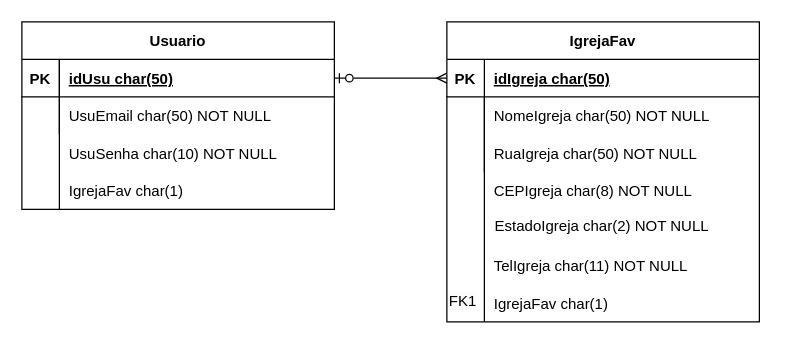
Earlier version of the draw.io diagram Diagramas e Descrições/Diagrama sem nome.drawio (GustavoPisanello/SpreadBible). Source tidied: cells renumbered, new cells numbered last; positions are measured from the earlier drawing's top-left corner, leaving out a move shared by most shapes. Both pictures are drawn from the tidied source at 125%, with x=0, y=0 at pixel (21, 21).
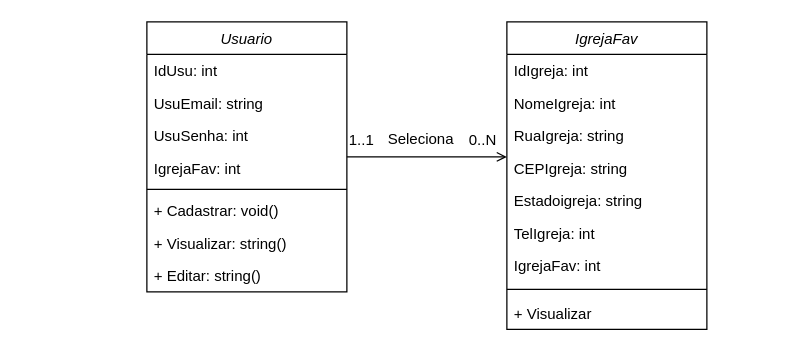
The same page after the edit.

What changed in the source:
```diff
@@
-    <mxCell id="0" />
-    <mxCell id="1" parent="0" />
-    <mxCell id="2" style="edgeStyle=entityRelationEdgeStyle;endArrow=ERmany;startArrow=ERzeroToOne;endFill=0;startFill=0;entryX=0;entryY=0.5;entryDx=0;entryDy=0;" parent="1" edge="1" source="14" target="4">
-      <mxGeometry relative="1" as="geometry" />
-    </mxCell>
+    <mxCell id="32" />
+    <mxCell id="33" parent="32" />
+    <mxCell id="13" value="Usuario" style="swimlane;fontStyle=2;align=center;verticalAlign=top;horizontal=1;startSize=26;rounded=0;shadow=0;strokeWidth=1;" parent="33" vertex="1">
+      <mxGeometry x="100" width="160" height="216" as="geometry" />
+    </mxCell>
+    <mxCell id="34" value="IdUsu: int" style="text;align=left;verticalAlign=top;spacingLeft=4;spacingRight=4;overflow=hidden;" parent="13" vertex="1">
+      <mxGeometry y="26" width="160" height="26" as="geometry" />
+    </mxCell>
+    <mxCell id="35" value="UsuEmail: string" style="text;align=left;verticalAlign=top;spacingLeft=4;spacingRight=4;overflow=hidden;rounded=0;shadow=0;html=0;" parent="13" vertex="1">
+      <mxGeometry y="52" width="160" height="26" as="geometry" />
+    </mxCell>
+    <mxCell id="36" value="UsuSenha: int" style="text;align=left;verticalAlign=top;spacingLeft=4;spacingRight=4;overflow=hidden;rounded=0;shadow=0;html=0;" parent="13" vertex="1">
+      <mxGeometry y="78" width="160" height="26" as="geometry" />
+    </mxCell>
+    <mxCell id="37" value="IgrejaFav: int" style="text;align=left;verticalAlign=top;spacingLeft=4;spacingRight=4;overflow=hidden;rounded=0;shadow=0;html=0;" parent="13" vertex="1">
+      <mxGeometry y="104" width="160" height="26" as="geometry" />
+    </mxCell>
+    <mxCell id="38" style="line;html=1;strokeWidth=1;align=left;verticalAlign=middle;spacingTop=-1;spacingLeft=3;spacingRight=3;labelPosition=right;" parent="13" vertex="1">
+      <mxGeometry y="130" width="160" height="8" as="geometry" />
+    </mxCell>
+    <mxCell id="39" value="+ Cadastrar: void()" style="text;align=left;verticalAlign=top;spacingLeft=4;spacingRight=4;overflow=hidden;" parent="13" vertex="1">
+      <mxGeometry y="138" width="160" height="26" as="geometry" />
+    </mxCell>
+    <mxCell id="40" value="+ Visualizar: string()" style="text;align=left;verticalAlign=top;spacingLeft=4;spacingRight=4;overflow=hidden;" parent="13" vertex="1">
+      <mxGeometry y="164" width="160" height="26" as="geometry" />
+    </mxCell>
+    <mxCell id="41" value="+ Editar: string()" style="text;align=left;verticalAlign=top;spacingLeft=4;spacingRight=4;overflow=hidden;" parent="13" vertex="1">
+      <mxGeometry y="190" width="160" height="26" as="geometry" />
+    </mxCell>
-    <mxCell id="3" value="IgrejaFav" style="shape=table;startSize=30;childLayout=tableLayout;rowLines=0;fontStyle=1;align=center;" parent="1" vertex="1">
-      <mxGeometry x="340" width="250" height="240" as="geometry" />
+    <mxCell id="3" value="IgrejaFav" style="swimlane;fontStyle=2;align=center;verticalAlign=top;horizontal=1;startSize=26;rounded=0;shadow=0;strokeWidth=1;" parent="33" vertex="1">
+      <mxGeometry x="388" width="160" height="246" as="geometry" />
     </mxCell>
-    <mxCell id="4" style="shape=partialRectangle;fillColor=none;points=[[0,0.5],[1,0.5]];portConstraint=eastwest;top=0;left=0;right=0;bottom=1;" parent="3" vertex="1">
-      <mxGeometry y="30" width="250" height="30" as="geometry" />
-    </mxCell>
-    <mxCell id="5" value="PK" style="shape=partialRectangle;overflow=hidden;fillColor=none;top=0;left=0;bottom=0;right=0;fontStyle=1;" parent="4" vertex="1">
-      <mxGeometry width="30" height="30" as="geometry" />
-    </mxCell>
-    <mxCell id="6" value="idIgreja char(50)" style="shape=partialRectangle;overflow=hidden;fillColor=none;top=0;left=0;bottom=0;right=0;align=left;spacingLeft=6;fontStyle=5;" parent="4" vertex="1">
-      <mxGeometry x="30" width="220" height="30" as="geometry" />
-    </mxCell>
-    <mxCell id="7" style="shape=partialRectangle;fillColor=none;top=0;left=0;right=0;bottom=0;" parent="3" vertex="1">
-      <mxGeometry y="60" width="250" height="30" as="geometry" />
-    </mxCell>
-    <mxCell id="8" style="shape=partialRectangle;overflow=hidden;fillColor=none;top=0;left=0;bottom=0;right=0;" parent="7" vertex="1">
-      <mxGeometry width="30" height="30" as="geometry" />
-    </mxCell>
-    <mxCell id="9" value="NomeIgreja char(50) NOT NULL" style="shape=partialRectangle;overflow=hidden;fillColor=none;top=0;left=0;bottom=0;right=0;align=left;spacingLeft=6;" parent="7" vertex="1">
-      <mxGeometry x="30" width="220" height="30" as="geometry" />
-    </mxCell>
-    <mxCell id="10" style="shape=partialRectangle;fillColor=none;top=0;left=0;right=0;bottom=0;" parent="3" vertex="1">
-      <mxGeometry y="90" width="250" height="30" as="geometry" />
-    </mxCell>
-    <mxCell id="11" style="shape=partialRectangle;overflow=hidden;fillColor=none;top=0;left=0;bottom=0;right=0;" parent="10" vertex="1">
-      <mxGeometry width="30" height="30" as="geometry" />
-    </mxCell>
-    <mxCell id="12" value="RuaIgreja char(50) NOT NULL" style="shape=partialRectangle;overflow=hidden;fillColor=none;top=0;left=0;bottom=0;right=0;align=left;spacingLeft=6;" parent="10" vertex="1">
-      <mxGeometry x="30" width="220" height="30" as="geometry" />
-    </mxCell>
-    <mxCell id="13" value="Usuario" style="shape=table;startSize=30;childLayout=tableLayout;rowLines=0;fontStyle=1;align=center;" parent="1" vertex="1">
-      <mxGeometry width="250" height="150" as="geometry" />
-    </mxCell>
-    <mxCell id="14" style="shape=partialRectangle;fillColor=none;points=[[0,0.5],[1,0.5]];portConstraint=eastwest;top=0;left=0;right=0;bottom=1;" parent="13" vertex="1">
-      <mxGeometry y="30" width="250" height="30" as="geometry" />
-    </mxCell>
-    <mxCell id="15" value="PK" style="shape=partialRectangle;overflow=hidden;fillColor=none;top=0;left=0;bottom=0;right=0;fontStyle=1;" parent="14" vertex="1">
-      <mxGeometry width="30" height="30" as="geometry" />
-    </mxCell>
-    <mxCell id="16" value="idUsu char(50)" style="shape=partialRectangle;overflow=hidden;fillColor=none;top=0;left=0;bottom=0;right=0;align=left;spacingLeft=6;fontStyle=5;" parent="14" vertex="1">
-      <mxGeometry x="30" width="220" height="30" as="geometry" />
-    </mxCell>
-    <mxCell id="17" style="shape=partialRectangle;fillColor=none;top=0;left=0;right=0;bottom=0;" parent="13" vertex="1">
-      <mxGeometry y="60" width="250" height="30" as="geometry" />
-    </mxCell>
-    <mxCell id="18" style="shape=partialRectangle;overflow=hidden;fillColor=none;top=0;left=0;bottom=0;right=0;" parent="17" vertex="1">
-      <mxGeometry width="30" height="30" as="geometry" />
-    </mxCell>
-    <mxCell id="19" value="UsuEmail char(50) NOT NULL" style="shape=partialRectangle;overflow=hidden;fillColor=none;top=0;left=0;bottom=0;right=0;align=left;spacingLeft=6;" parent="17" vertex="1">
-      <mxGeometry x="30" width="220" height="30" as="geometry" />
-    </mxCell>
-    <mxCell id="20" style="endArrow=none;html=1;rounded=0;entryX=0.12;entryY=0.024;entryDx=0;entryDy=0;entryPerimeter=0;" parent="1" edge="1" target="14">
-      <mxGeometry relative="1" as="geometry">
-        <mxPoint x="30" y="150" as="sourcePoint" />
-      </mxGeometry>
-    </mxCell>
-    <mxCell id="21" value="UsuSenha char(10) NOT NULL" style="shape=partialRectangle;overflow=hidden;fillColor=none;top=0;left=0;bottom=0;right=0;align=left;spacingLeft=6;" parent="1" vertex="1">
-      <mxGeometry x="30" y="90" width="220" height="30" as="geometry" />
-    </mxCell>
-    <mxCell id="22" value="IgrejaFav char(1) " style="shape=partialRectangle;overflow=hidden;fillColor=none;top=0;left=0;bottom=0;right=0;align=left;spacingLeft=6;" parent="1" vertex="1">
-      <mxGeometry x="30" y="120" width="220" height="30" as="geometry" />
-    </mxCell>
-    <mxCell id="23" style="endArrow=none;html=1;rounded=0;exitX=0.5;exitY=1;exitDx=0;exitDy=0;" parent="1" edge="1" source="27">
-      <mxGeometry relative="1" as="geometry">
-        <mxPoint x="370" y="60" as="targetPoint" />
-      </mxGeometry>
-    </mxCell>
-    <mxCell id="24" value="CEPIgreja char(8) NOT NULL" style="shape=partialRectangle;overflow=hidden;fillColor=none;top=0;left=0;bottom=0;right=0;align=left;spacingLeft=6;" parent="1" vertex="1">
-      <mxGeometry x="370" y="120" width="220" height="30" as="geometry" />
-    </mxCell>
-    <mxCell id="25" value="TelIgreja char(11) NOT NULL" style="shape=partialRectangle;overflow=hidden;fillColor=none;top=0;left=0;bottom=0;right=0;align=left;spacingLeft=6;" parent="1" vertex="1">
-      <mxGeometry x="370" y="180" width="220" height="30" as="geometry" />
-    </mxCell>
-    <mxCell id="26" value="IgrejaFav char(1)" style="shape=partialRectangle;overflow=hidden;fillColor=none;top=0;left=0;bottom=0;right=0;align=left;spacingLeft=6;" parent="1" vertex="1">
-      <mxGeometry x="370" y="210" width="220" height="30" as="geometry" />
-    </mxCell>
-    <mxCell id="27" value="&lt;span style=&quot;color: rgb(0, 0, 0); font-family: Helvetica; font-size: 12px; font-style: normal; font-variant-ligatures: normal; font-variant-caps: normal; font-weight: 400; letter-spacing: normal; orphans: 2; text-align: center; text-indent: 0px; text-transform: none; widows: 2; word-spacing: 0px; -webkit-text-stroke-width: 0px; background-color: rgb(251, 251, 251); text-decoration-thickness: initial; text-decoration-style: initial; text-decoration-color: initial; float: none; display: inline !important;&quot;&gt;FK1&lt;/span&gt;" style="text;whiteSpace=wrap;html=1;" parent="1" vertex="1">
-      <mxGeometry x="340" y="210" width="60" height="30" as="geometry" />
-    </mxCell>
-    <mxCell id="28" style="edgeStyle=orthogonalEdgeStyle;rounded=0;orthogonalLoop=1;jettySize=auto;html=1;exitX=0.5;exitY=1;exitDx=0;exitDy=0;" parent="1" edge="1" source="27" target="27">
-      <mxGeometry relative="1" as="geometry" />
-    </mxCell>
-    <mxCell id="29" style="shape=partialRectangle;overflow=hidden;fillColor=none;top=0;left=0;bottom=0;right=0;align=left;spacingLeft=6;" parent="1" vertex="1">
-      <mxGeometry x="370" y="150" width="220" height="30" as="geometry" />
-    </mxCell>
-    <mxCell id="30" value="&amp;nbsp; EstadoIgreja char(2) NOT NULL" style="text;whiteSpace=wrap;html=1;" parent="1" vertex="1">
-      <mxGeometry x="370" y="150" width="240" height="45" as="geometry" />
-    </mxCell>
-    <mxCell id="31" style="shape=partialRectangle;overflow=hidden;fillColor=none;top=0;left=0;bottom=0;right=0;align=left;spacingLeft=6;" parent="1" vertex="1">
-      <mxGeometry x="110" y="210" width="220" height="30" as="geometry" />
-    </mxCell>
+    <mxCell id="42" value="IdIgreja: int" style="text;align=left;verticalAlign=top;spacingLeft=4;spacingRight=4;overflow=hidden;" parent="3" vertex="1">
+      <mxGeometry y="26" width="160" height="26" as="geometry" />
+    </mxCell>
+    <mxCell id="43" value="NomeIgreja: int" style="text;align=left;verticalAlign=top;spacingLeft=4;spacingRight=4;overflow=hidden;rounded=0;shadow=0;html=0;" parent="3" vertex="1">
+      <mxGeometry y="52" width="160" height="26" as="geometry" />
+    </mxCell>
+    <mxCell id="44" value="RuaIgreja: string" style="text;align=left;verticalAlign=top;spacingLeft=4;spacingRight=4;overflow=hidden;rounded=0;shadow=0;html=0;" parent="3" vertex="1">
+      <mxGeometry y="78" width="160" height="26" as="geometry" />
+    </mxCell>
+    <mxCell id="45" value="CEPIgreja: string" style="text;align=left;verticalAlign=top;spacingLeft=4;spacingRight=4;overflow=hidden;rounded=0;shadow=0;html=0;" parent="3" vertex="1">
+      <mxGeometry y="104" width="160" height="26" as="geometry" />
+    </mxCell>
+    <mxCell id="46" value="Estadoigreja: string" style="text;align=left;verticalAlign=top;spacingLeft=4;spacingRight=4;overflow=hidden;rounded=0;shadow=0;html=0;" parent="3" vertex="1">
+      <mxGeometry y="130" width="160" height="26" as="geometry" />
+    </mxCell>
+    <mxCell id="47" value="TelIgreja: int" style="text;align=left;verticalAlign=top;spacingLeft=4;spacingRight=4;overflow=hidden;rounded=0;shadow=0;html=0;" parent="3" vertex="1">
+      <mxGeometry y="156" width="160" height="26" as="geometry" />
+    </mxCell>
+    <mxCell id="48" value="IgrejaFav: int" style="text;align=left;verticalAlign=top;spacingLeft=4;spacingRight=4;overflow=hidden;rounded=0;shadow=0;html=0;" parent="3" vertex="1">
+      <mxGeometry y="182" width="160" height="26" as="geometry" />
+    </mxCell>
+    <mxCell id="49" style="line;html=1;strokeWidth=1;align=left;verticalAlign=middle;spacingTop=-1;spacingLeft=3;spacingRight=3;labelPosition=right;" parent="3" vertex="1">
+      <mxGeometry y="208" width="160" height="12" as="geometry" />
+    </mxCell>
+    <mxCell id="50" value="+ Visualizar" style="text;align=left;verticalAlign=top;spacingLeft=4;spacingRight=4;overflow=hidden;" parent="3" vertex="1">
+      <mxGeometry y="220" width="160" height="20" as="geometry" />
+    </mxCell>
+    <mxCell id="51" style="endArrow=open;shadow=0;strokeWidth=1;rounded=0;endFill=1;edgeStyle=elbowEdgeStyle;elbow=vertical;" parent="33" edge="1" source="13" target="3">
+      <mxGeometry x="0.5" y="41" relative="1" as="geometry">
+        <mxPoint x="-40" y="32" as="offset" />
+      </mxGeometry>
+    </mxCell>
+    <mxCell id="52" value="1..1" style="align=left;verticalAlign=bottom;labelBackgroundColor=none;fontSize=12;" parent="51" vertex="1">
+      <mxGeometry x="-1" relative="1" as="geometry">
+        <mxPoint y="-5" as="offset" />
+      </mxGeometry>
+    </mxCell>
+    <mxCell id="53" value="0..N" style="align=right;verticalAlign=bottom;labelBackgroundColor=none;fontSize=12;" parent="51" vertex="1">
+      <mxGeometry x="1" relative="1" as="geometry">
+        <mxPoint x="-7" y="-5" as="offset" />
+      </mxGeometry>
+    </mxCell>
+    <mxCell id="54" value="Seleciona" style="text;html=1;align=center;verticalAlign=middle;labelBackgroundColor=none;rounded=0;shadow=0;strokeWidth=1;fontSize=12;" parent="51" vertex="1">
+      <mxGeometry x="0.5" y="49" relative="1" as="geometry">
+        <mxPoint x="-38" y="34" as="offset" />
+      </mxGeometry>
+    </mxCell>
```
